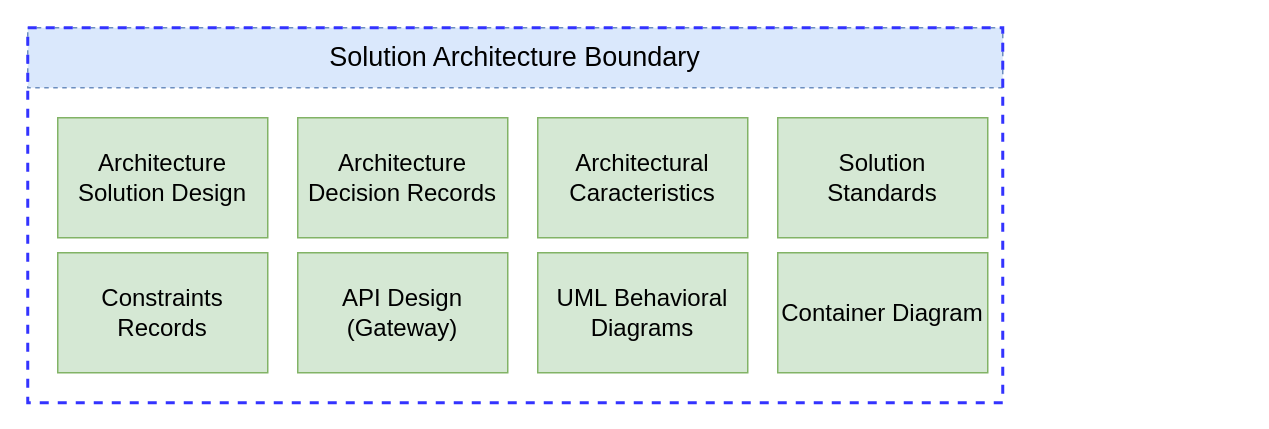
Above: solution-architecture/Solution Architecture - Deliverables.drawio in rpicanco/MicroserviceArchitectureSolutionFramework (draw.io), before the change. Source tidied: cells renumbered, new cells numbered last; positions are measured from the earlier drawing's top-left corner, leaving out a move shared by most shapes. Both pictures are drawn from the tidied source at 150%, with x=0, y=0 at pixel (27, 27).
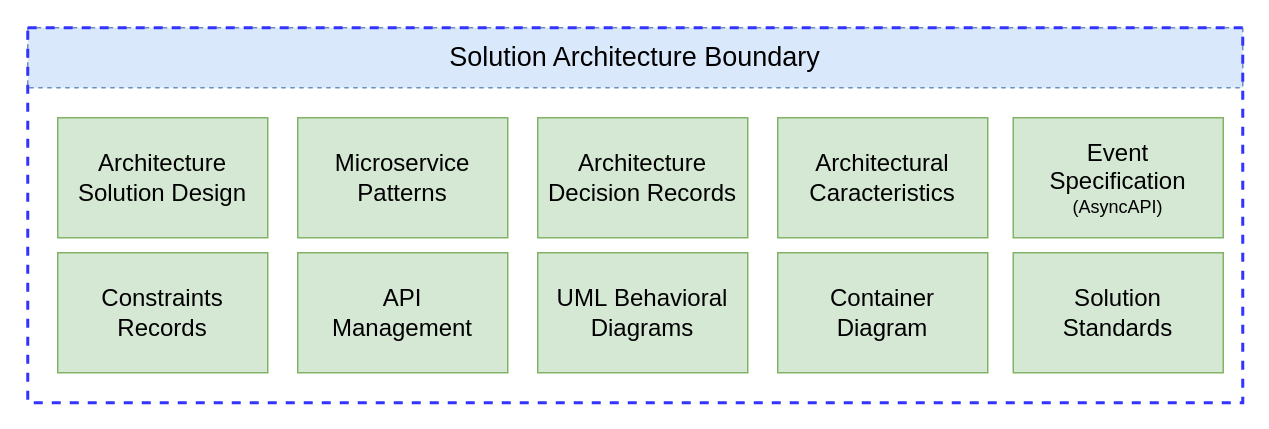
The same page after the edit.

Diff of the diagram source:
```diff
@@
 <mxGraphModel>
   <root>
     <mxCell id="0" />
     <mxCell id="1" parent="0" />
     <mxCell id="2" value="&lt;span style=&quot;font-size: 18px&quot;&gt;Solution Architecture Boundary&lt;/span&gt;" style="text;html=1;strokeColor=#6c8ebf;fillColor=#dae8fc;align=center;verticalAlign=middle;whiteSpace=wrap;rounded=0;dashed=1;" parent="1" vertex="1">
-      <mxGeometry width="650" height="40" as="geometry" />
+      <mxGeometry width="810" height="40" as="geometry" />
     </mxCell>
     <mxCell id="3" style="rounded=0;whiteSpace=wrap;html=1;dashed=1;fillColor=none;strokeColor=#3333FF;strokeWidth=2;" parent="1" vertex="1">
-      <mxGeometry width="650" height="250" as="geometry" />
+      <mxGeometry width="810" height="250" as="geometry" />
     </mxCell>
     <mxCell id="4" value="&lt;span style=&quot;font-size: 16px&quot;&gt;Architecture Solution Design&lt;/span&gt;" style="rounded=0;whiteSpace=wrap;html=1;fillColor=#d5e8d4;strokeColor=#82b366;" parent="1" vertex="1">
       <mxGeometry x="20" y="60" width="140" height="80" as="geometry" />
     </mxCell>
     <mxCell id="5" value="&lt;span style=&quot;font-size: 16px&quot;&gt;Architecture Decision Records&lt;/span&gt;" style="rounded=0;whiteSpace=wrap;html=1;fillColor=#d5e8d4;strokeColor=#82b366;" parent="1" vertex="1">
-      <mxGeometry x="180" y="60" width="140" height="80" as="geometry" />
+      <mxGeometry x="340" y="60" width="140" height="80" as="geometry" />
     </mxCell>
     <mxCell id="6" value="&lt;span style=&quot;font-size: 16px&quot;&gt;Architectural Caracteristics&lt;/span&gt;" style="rounded=0;whiteSpace=wrap;html=1;fillColor=#d5e8d4;strokeColor=#82b366;" parent="1" vertex="1">
-      <mxGeometry x="340" y="60" width="140" height="80" as="geometry" />
+      <mxGeometry x="500" y="60" width="140" height="80" as="geometry" />
     </mxCell>
-    <mxCell id="7" value="&lt;span style=&quot;font-size: 16px&quot;&gt;API Design (Gateway)&lt;/span&gt;" style="rounded=0;whiteSpace=wrap;html=1;fillColor=#d5e8d4;strokeColor=#82b366;" parent="1" vertex="1">
+    <mxCell id="7" value="&lt;span style=&quot;font-size: 16px&quot;&gt;API &lt;br&gt;Management&lt;/span&gt;" style="rounded=0;whiteSpace=wrap;html=1;fillColor=#d5e8d4;strokeColor=#82b366;" parent="1" vertex="1">
       <mxGeometry x="180" y="150" width="140" height="80" as="geometry" />
     </mxCell>
     <mxCell id="8" value="&lt;span style=&quot;font-size: 16px&quot;&gt;Constraints Records&lt;/span&gt;" style="rounded=0;whiteSpace=wrap;html=1;fillColor=#d5e8d4;strokeColor=#82b366;" parent="1" vertex="1">
       <mxGeometry x="20" y="150" width="140" height="80" as="geometry" />
     </mxCell>
     <mxCell id="9" value="&lt;span style=&quot;font-size: 16px&quot;&gt;UML&amp;nbsp;&lt;/span&gt;&lt;span style=&quot;font-size: 16px&quot;&gt;Behavioral Diagrams&lt;/span&gt;" style="rounded=0;whiteSpace=wrap;html=1;fillColor=#d5e8d4;strokeColor=#82b366;" parent="1" vertex="1">
       <mxGeometry x="340" y="150" width="140" height="80" as="geometry" />
     </mxCell>
     <mxCell id="10" value="&lt;span style=&quot;font-size: 16px&quot;&gt;Solution&lt;/span&gt;&lt;br style=&quot;font-size: 16px&quot;&gt;&lt;span style=&quot;font-size: 16px&quot;&gt;Standards&lt;/span&gt;" style="rounded=0;whiteSpace=wrap;html=1;fillColor=#d5e8d4;strokeColor=#82b366;" parent="1" vertex="1">
-      <mxGeometry x="500" y="60" width="140" height="80" as="geometry" />
+      <mxGeometry x="657" y="150" width="140" height="80" as="geometry" />
     </mxCell>
-    <mxCell id="11" value="&lt;span style=&quot;font-size: 16px&quot;&gt;Container Diagram&lt;/span&gt;" style="rounded=0;whiteSpace=wrap;html=1;fillColor=#d5e8d4;strokeColor=#82b366;" parent="1" vertex="1">
+    <mxCell id="11" value="&lt;span style=&quot;font-size: 16px&quot;&gt;Container &lt;br&gt;Diagram&lt;/span&gt;" style="rounded=0;whiteSpace=wrap;html=1;fillColor=#d5e8d4;strokeColor=#82b366;" parent="1" vertex="1">
       <mxGeometry x="500" y="150" width="140" height="80" as="geometry" />
     </mxCell>
+    <mxCell id="12" value="&lt;span style=&quot;font-size: 16px&quot;&gt;Event &lt;br&gt;Specification&lt;/span&gt;&lt;br&gt;(AsyncAPI)" style="rounded=0;whiteSpace=wrap;html=1;fillColor=#d5e8d4;strokeColor=#82b366;" parent="1" vertex="1">
+      <mxGeometry x="657" y="60" width="140" height="80" as="geometry" />
+    </mxCell>
+    <mxCell id="13" value="&lt;span style=&quot;font-size: 16px&quot;&gt;Microservice Patterns&lt;/span&gt;" style="rounded=0;whiteSpace=wrap;html=1;fillColor=#d5e8d4;strokeColor=#82b366;" parent="1" vertex="1">
+      <mxGeometry x="180" y="60" width="140" height="80" as="geometry" />
+    </mxCell>
   </root>
 </mxGraphModel>
```
